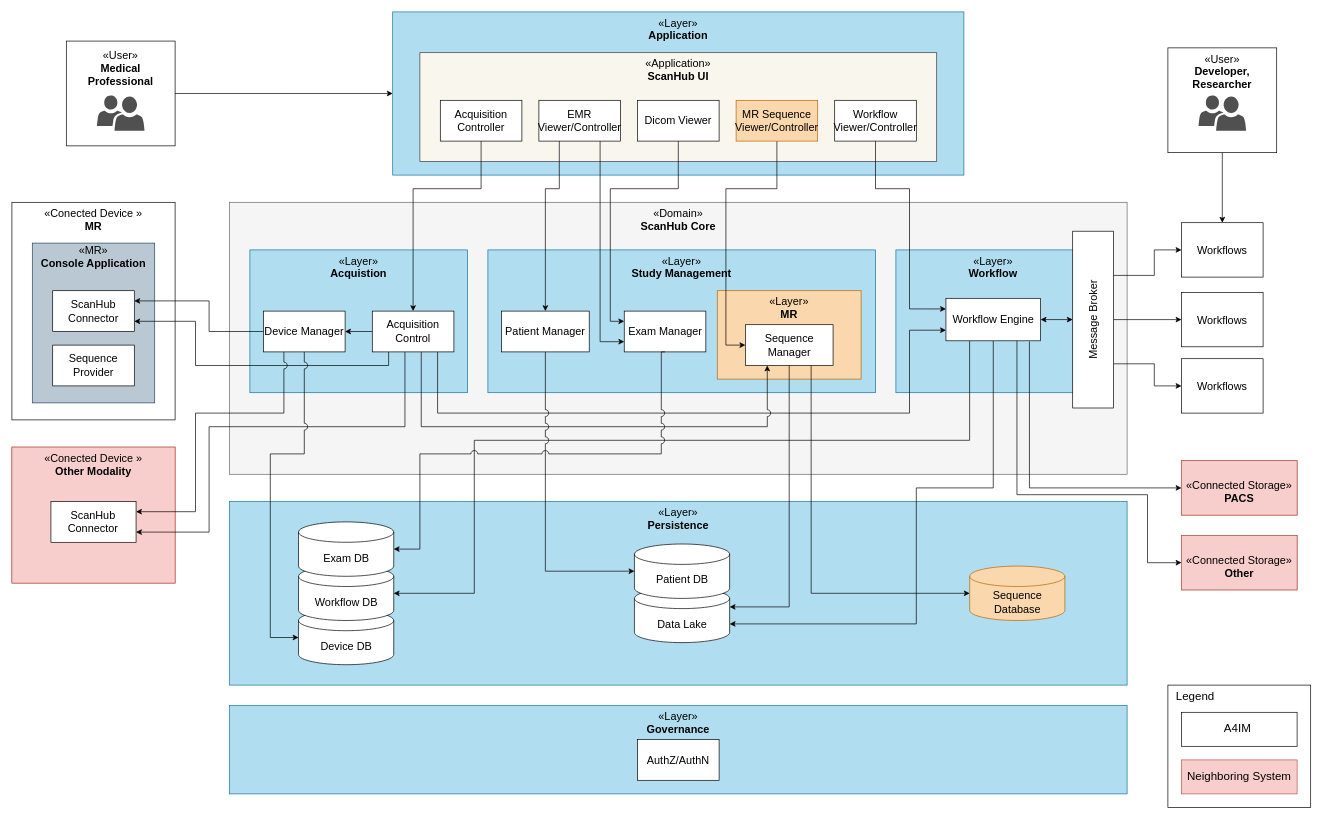
This is page "System View" (1 of 2) of docs/source/_static/images/swad/ScanHub_Development View.drawio from brain-link/scanhub, a draw.io file, before an edit. Source tidied: cells renumbered, new cells numbered last; positions are measured from the earlier drawing's top-left corner, leaving out a move shared by most shapes. Both pictures are drawn from the tidied source at 68%, with x=0, y=0 at pixel (12, 12).
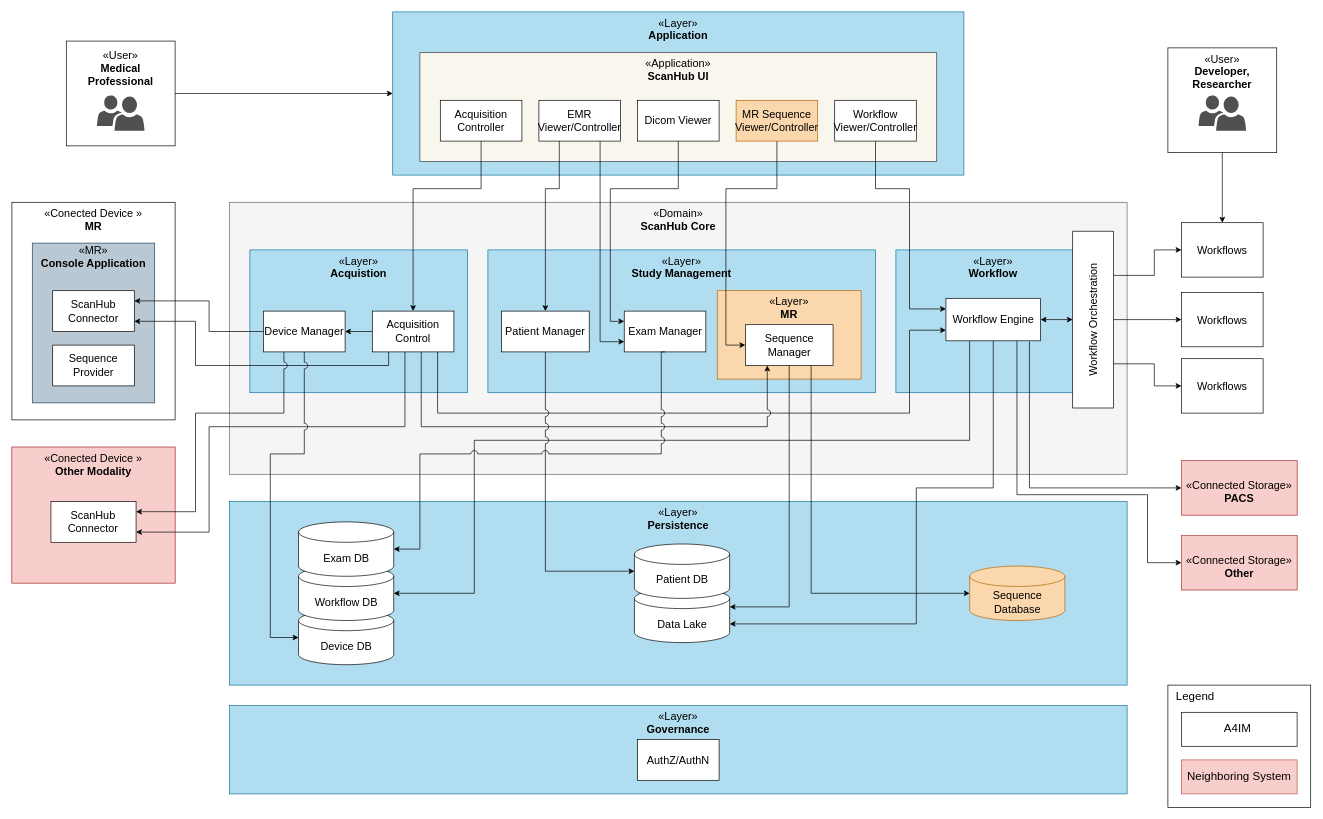
The same page after the edit.

Commit message (it also covers changes not shown here):
update SWAD chart

Change to the diagram source:
```diff
@@
-    <mxCell id="44" value="Message Broker" style="rounded=0;whiteSpace=wrap;html=1;rotation=-90;fontSize=16;" parent="1" vertex="1">
+    <mxCell id="44" value="Workflow Orchestration" style="rounded=0;whiteSpace=wrap;html=1;rotation=-90;fontSize=16;" parent="1" vertex="1">
       <mxGeometry x="1460" y="422.5" width="260" height="60" as="geometry" />
     </mxCell>
```
